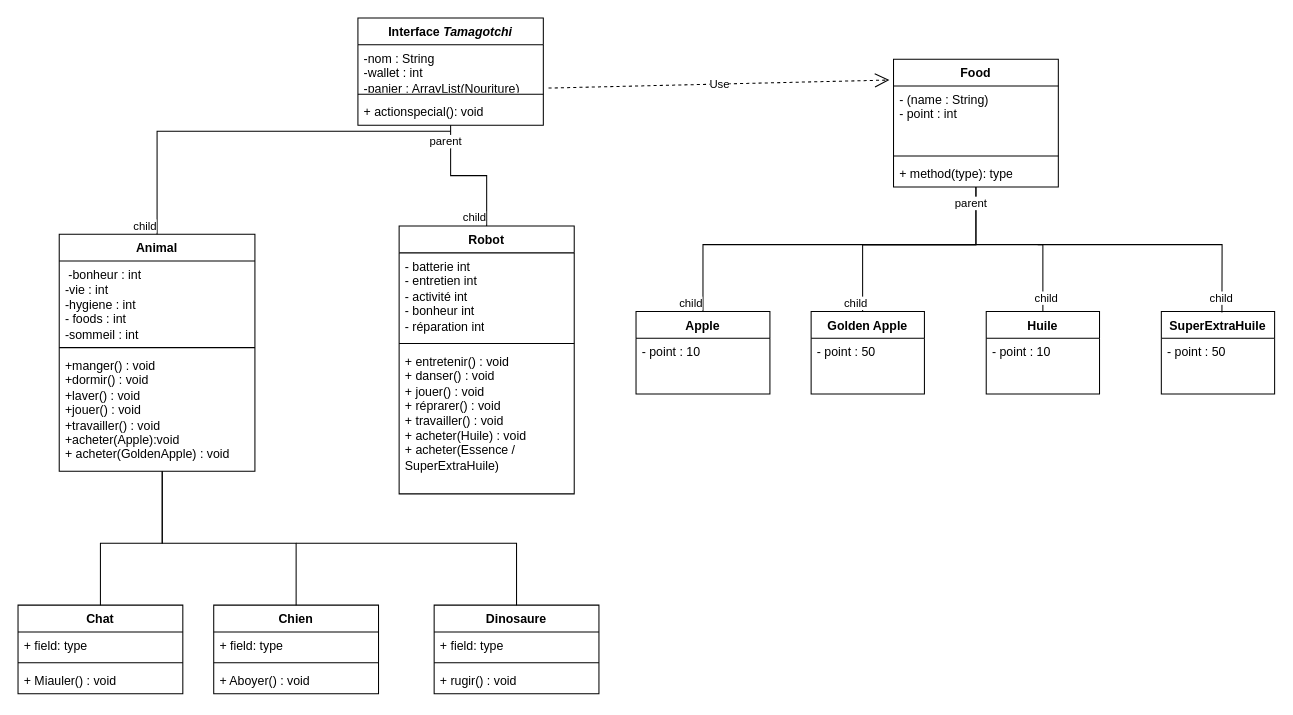
The draw.io diagram page "Page-2" (2 of 2) of Diagram.drawio in BMaurice56/Tamagotchi, before the edit. Source tidied: cells renumbered, new cells numbered last; positions are measured from the earlier drawing's top-left corner, leaving out a move shared by most shapes. Both pictures are drawn from the tidied source at 103%, with x=0, y=0 at pixel (18, 18).
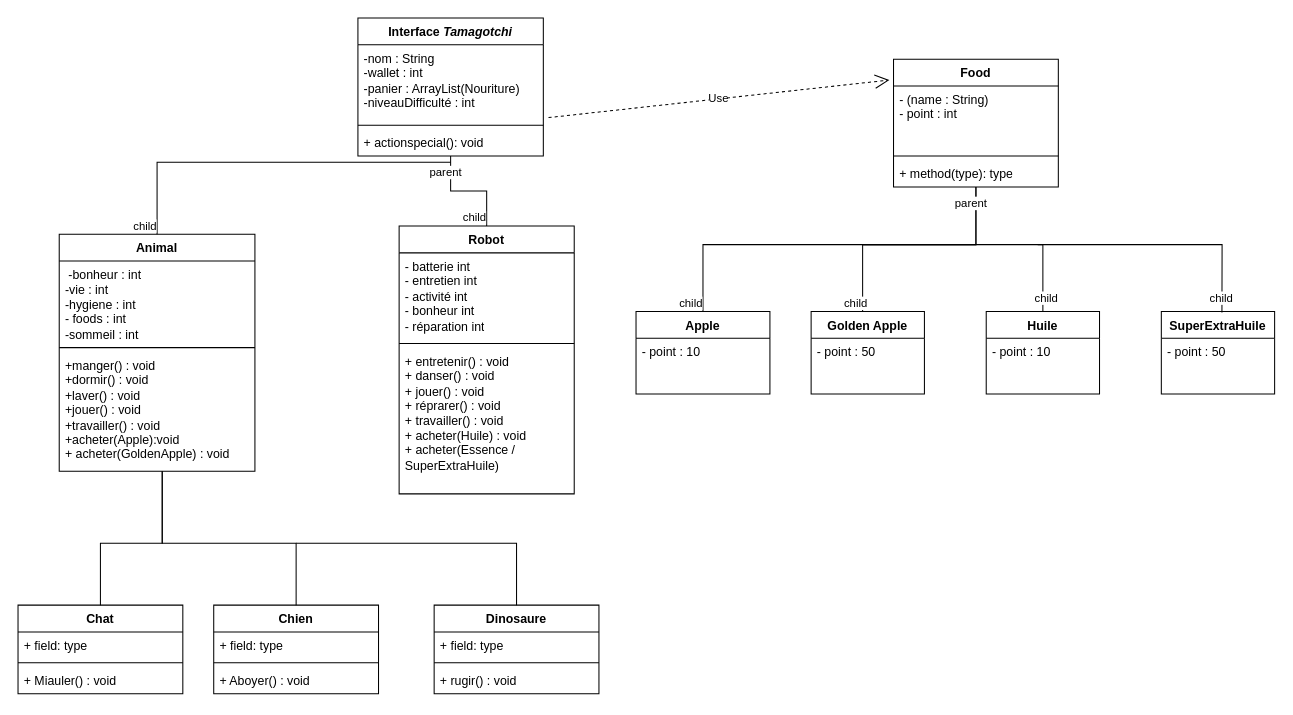
Above is the later version.

Commit message:
Update interface Tamagotchi

Change to the diagram source:
```diff
@@
     <mxCell id="2" value="Interface &lt;i&gt;Tamagotchi&lt;/i&gt;" style="swimlane;fontStyle=1;align=center;verticalAlign=top;horizontal=1;startSize=26;whiteSpace=wrap;html=1;" parent="1" vertex="1">
-      <mxGeometry x="330" width="180" height="104" as="geometry" />
+      <mxGeometry x="330" width="180" height="134" as="geometry" />
     </mxCell>
-    <mxCell id="3" value="&lt;div&gt;-nom : String&lt;/div&gt;&lt;div&gt;-wallet : int&lt;/div&gt;&lt;div&gt;-panier : ArrayList(Nouriture) &lt;br&gt;&lt;/div&gt;" style="text;strokeColor=none;fillColor=none;align=left;verticalAlign=top;spacingLeft=4;spacingRight=4;overflow=hidden;points=[[0,0.5],[1,0.5]];portConstraint=eastwest;whiteSpace=wrap;html=1;" parent="2" vertex="1">
-      <mxGeometry y="26" width="180" height="44" as="geometry" />
+    <mxCell id="3" value="&lt;div&gt;-nom : String&lt;/div&gt;&lt;div&gt;-wallet : int&lt;/div&gt;&lt;div&gt;-panier : ArrayList(Nouriture) &lt;br&gt;&lt;/div&gt;&lt;div&gt;-niveauDifficulté : int&lt;/div&gt;" style="text;strokeColor=none;fillColor=none;align=left;verticalAlign=top;spacingLeft=4;spacingRight=4;overflow=hidden;points=[[0,0.5],[1,0.5]];portConstraint=eastwest;whiteSpace=wrap;html=1;" parent="2" vertex="1">
+      <mxGeometry y="26" width="180" height="74" as="geometry" />
     </mxCell>
     <mxCell id="4" style="line;strokeWidth=1;fillColor=none;align=left;verticalAlign=middle;spacingTop=-1;spacingLeft=3;spacingRight=3;labelPosition=right;strokeColor=inherit;" parent="2" vertex="1">
-      <mxGeometry y="70" width="180" height="8" as="geometry" />
+      <mxGeometry y="100" width="180" height="8" as="geometry" />
     </mxCell>
     <mxCell id="5" value="+ actionspecial(): void" style="text;strokeColor=none;fillColor=none;align=left;verticalAlign=top;spacingLeft=4;spacingRight=4;overflow=hidden;points=[[0,0.5],[1,0.5]];portConstraint=eastwest;whiteSpace=wrap;html=1;" parent="2" vertex="1">
-      <mxGeometry y="78" width="180" height="26" as="geometry" />
+      <mxGeometry y="108" width="180" height="26" as="geometry" />
     </mxCell>
```
